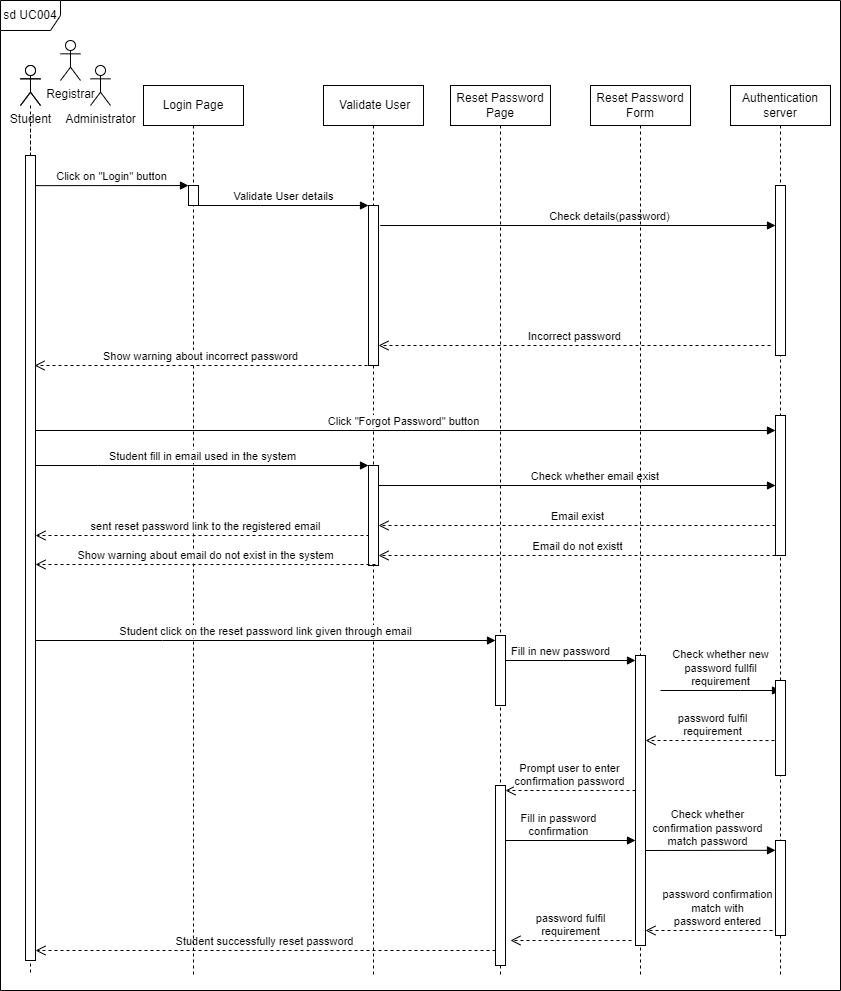
Earlier version of the draw.io export project/drawio/Alpha/SDResetPassword.drawio.png (drshahizan/software-engineering). Source tidied: cells renumbered, new cells last; positions are measured from the earlier drawing's top-left corner, leaving out a move shared by most shapes.
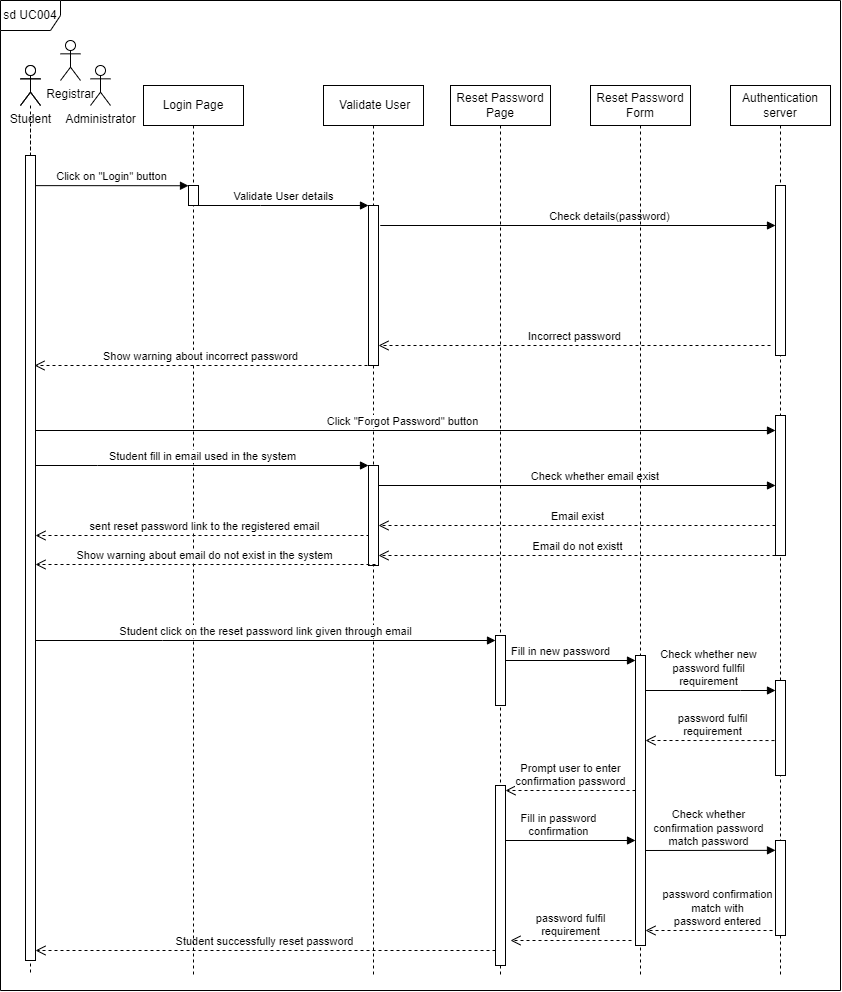
Above is the later version.

The edit, as a diff of the source:
```diff
@@ -60,10 +60,8 @@
         </Array>
       </mxGeometry>
     </mxCell>
-    <mxCell id="7" value="Check whether new&lt;br&gt;password fullfil &lt;br&gt;requirement" style="html=1;verticalAlign=bottom;endArrow=block;edgeStyle=elbowEdgeStyle;elbow=vertical;curved=0;rounded=0;" parent="1" edge="1">
+    <mxCell id="7" value="Check whether new&lt;br&gt;password fullfil &lt;br&gt;requirement" style="html=1;verticalAlign=bottom;endArrow=block;edgeStyle=elbowEdgeStyle;elbow=vertical;curved=0;rounded=0;" parent="1" edge="1" source="40" target="26">
       <mxGeometry relative="1" as="geometry">
-        <mxPoint x="660" y="690" as="sourcePoint" />
-        <mxPoint x="780" y="690" as="targetPoint" />
         <Array as="points">
           <mxPoint x="740" y="690" />
         </Array>
```
